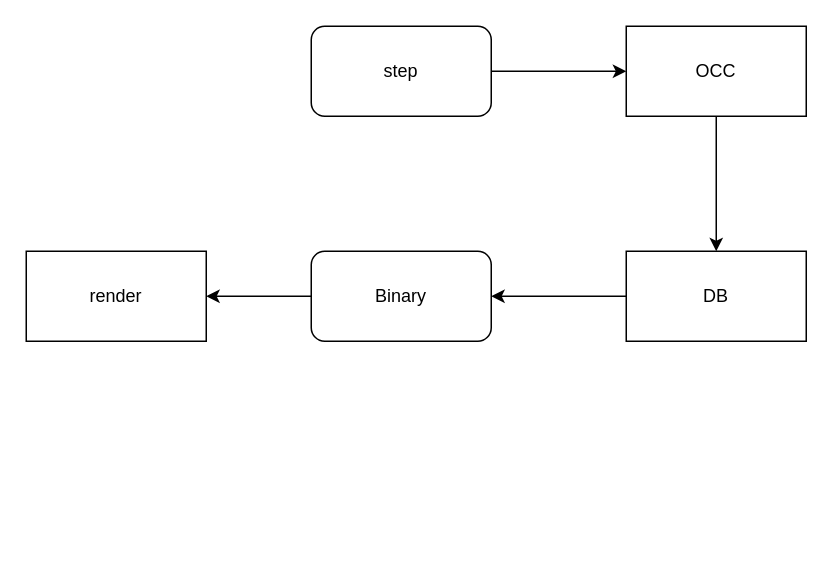
This is stp2vtk.drawio from Harekaze-Misakiakeno/uml, a draw.io file, before an edit. Source tidied: cells renumbered, new cells numbered last; positions are measured from the earlier drawing's top-left corner, leaving out a move shared by most shapes. Both pictures are drawn from the tidied source at 150%, with x=0, y=0 at pixel (26, 26).
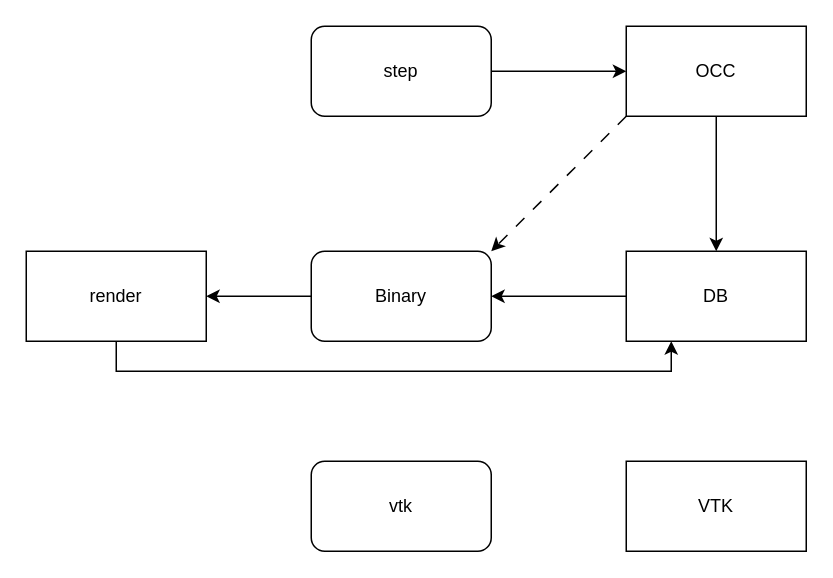
Above is the later version.

Change to the diagram source:
```diff
@@
 <mxGraphModel>
   <root>
     <mxCell id="0" />
     <mxCell id="1" parent="0" />
     <mxCell id="2" style="edgeStyle=orthogonalEdgeStyle;rounded=0;jettySize=auto;html=1;exitX=1;exitY=0.5;exitDx=0;exitDy=0;entryX=0;entryY=0.5;entryDx=0;entryDy=0;" parent="1" edge="1" source="3" target="5">
       <mxGeometry relative="1" as="geometry" />
     </mxCell>
     <mxCell id="3" value="step" style="rounded=1;whiteSpace=wrap;html=1;" parent="1" vertex="1">
       <mxGeometry x="190" width="120" height="60" as="geometry" />
     </mxCell>
     <mxCell id="4" style="edgeStyle=orthogonalEdgeStyle;rounded=0;jettySize=auto;html=1;exitX=0.5;exitY=1;exitDx=0;exitDy=0;entryX=0.5;entryY=0;entryDx=0;entryDy=0;" parent="1" edge="1" source="5" target="10">
       <mxGeometry relative="1" as="geometry" />
     </mxCell>
+    <mxCell id="11" style="rounded=0;jettySize=auto;html=1;exitX=0;exitY=1;exitDx=0;exitDy=0;entryX=1;entryY=0;entryDx=0;entryDy=0;dashed=1;dashPattern=8 8;" parent="1" edge="1" source="5" target="7">
+      <mxGeometry relative="1" as="geometry" />
+    </mxCell>
     <mxCell id="5" value="OCC" style="rounded=0;whiteSpace=wrap;html=1;" parent="1" vertex="1">
       <mxGeometry x="400" width="120" height="60" as="geometry" />
     </mxCell>
     <mxCell id="6" style="edgeStyle=orthogonalEdgeStyle;rounded=0;jettySize=auto;html=1;exitX=0;exitY=0.5;exitDx=0;exitDy=0;entryX=1;entryY=0.5;entryDx=0;entryDy=0;" parent="1" edge="1" source="7" target="8">
       <mxGeometry relative="1" as="geometry" />
     </mxCell>
     <mxCell id="7" value="Binary" style="rounded=1;whiteSpace=wrap;html=1;" parent="1" vertex="1">
       <mxGeometry x="190" y="150" width="120" height="60" as="geometry" />
     </mxCell>
+    <mxCell id="12" style="edgeStyle=orthogonalEdgeStyle;rounded=0;jettySize=auto;html=1;exitX=0.5;exitY=1;exitDx=0;exitDy=0;entryX=0.25;entryY=1;entryDx=0;entryDy=0;" parent="1" edge="1" source="8" target="10">
+      <mxGeometry relative="1" as="geometry" />
+    </mxCell>
     <mxCell id="8" value="render" style="rounded=0;whiteSpace=wrap;html=1;" parent="1" vertex="1">
       <mxGeometry y="150" width="120" height="60" as="geometry" />
     </mxCell>
     <mxCell id="9" style="edgeStyle=orthogonalEdgeStyle;rounded=0;jettySize=auto;html=1;" parent="1" edge="1" source="10" target="7">
       <mxGeometry relative="1" as="geometry" />
     </mxCell>
     <mxCell id="10" value="DB" style="rounded=0;whiteSpace=wrap;html=1;" parent="1" vertex="1">
       <mxGeometry x="400" y="150" width="120" height="60" as="geometry" />
     </mxCell>
+    <mxCell id="13" value="vtk" style="rounded=1;whiteSpace=wrap;html=1;" parent="1" vertex="1">
+      <mxGeometry x="190" y="290" width="120" height="60" as="geometry" />
+    </mxCell>
+    <mxCell id="14" value="VTK" style="rounded=0;whiteSpace=wrap;html=1;" parent="1" vertex="1">
+      <mxGeometry x="400" y="290" width="120" height="60" as="geometry" />
+    </mxCell>
   </root>
 </mxGraphModel>
```
